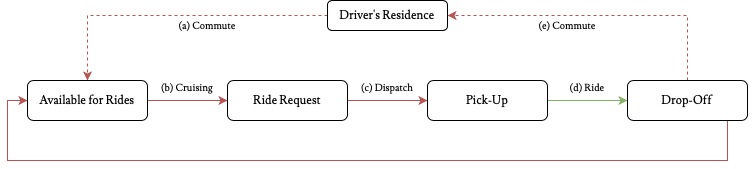
tanmaybansal01/projectx_cornell keeps this draw.io diagram as img/deadheading_diagram.png. Above is the earlier version. Source tidied: cells renumbered, new cells last; positions are measured from the earlier drawing's top-left corner, leaving out a move shared by most shapes.
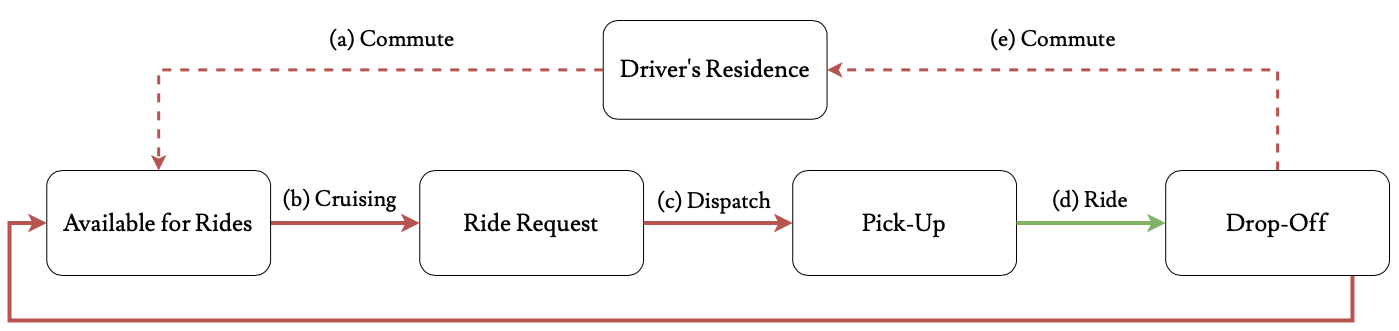
Above is the later version.

The edit, as a diff of the source:
```diff
@@ -2,60 +2,64 @@
   <root>
     <mxCell id="0" />
     <mxCell id="1" parent="0" />
-    <mxCell id="2" style="edgeStyle=orthogonalEdgeStyle;rounded=0;jettySize=auto;html=1;exitX=0;exitY=0.5;exitDx=0;exitDy=0;entryX=0.5;entryY=0;entryDx=0;entryDy=0;fontSize=10;dashed=1;fillColor=#f8cecc;strokeColor=#b85450;" parent="1" edge="1" source="3" target="9">
-      <mxGeometry relative="1" as="geometry" />
+    <mxCell id="2" value="&lt;font face=&quot;Lusitana&quot; style=&quot;font-size: 24px&quot;&gt;Driver's Residence&lt;/font&gt;" style="rounded=1;whiteSpace=wrap;html=1;" parent="1" vertex="1">
+      <mxGeometry x="593.8" y="60" width="223.8" height="98.8" as="geometry" />
     </mxCell>
-    <mxCell id="3" value="&lt;font face=&quot;Lusitana&quot;&gt;Driver's Residence&lt;/font&gt;" style="rounded=1;whiteSpace=wrap;html=1;" parent="1" vertex="1">
-      <mxGeometry x="320" width="120" height="30" as="geometry" />
+    <mxCell id="3" value="&lt;font face=&quot;Lusitana&quot; style=&quot;font-size: 24px;&quot;&gt;Ride Request&lt;/font&gt;" style="rounded=1;whiteSpace=wrap;html=1;fontSize=24;" parent="1" vertex="1">
+      <mxGeometry x="410.3" y="210" width="223.8" height="105" as="geometry" />
     </mxCell>
-    <mxCell id="4" style="edgeStyle=orthogonalEdgeStyle;rounded=0;jettySize=auto;html=1;exitX=1;exitY=0.5;exitDx=0;exitDy=0;fillColor=#f8cecc;strokeColor=#b85450;" parent="1" edge="1" source="5" target="7">
-      <mxGeometry relative="1" as="geometry" />
+    <mxCell id="4" value="&lt;font face=&quot;Lusitana&quot; style=&quot;font-size: 24px&quot;&gt;Pick-Up&lt;/font&gt;" style="rounded=1;whiteSpace=wrap;html=1;" parent="1" vertex="1">
+      <mxGeometry x="783.2" y="210" width="223.8" height="105" as="geometry" />
     </mxCell>
-    <mxCell id="5" value="&lt;font face=&quot;Lusitana&quot;&gt;Ride Request&lt;/font&gt;" style="rounded=1;whiteSpace=wrap;html=1;" parent="1" vertex="1">
-      <mxGeometry x="220" y="80" width="120" height="40" as="geometry" />
+    <mxCell id="5" style="edgeStyle=orthogonalEdgeStyle;rounded=0;jettySize=auto;html=1;exitX=1;exitY=0.5;exitDx=0;exitDy=0;fillColor=#f8cecc;strokeColor=#b85450;strokeWidth=4;" parent="1" edge="1" source="3" target="4">
+      <mxGeometry relative="1" as="geometry" />
     </mxCell>
-    <mxCell id="6" style="edgeStyle=orthogonalEdgeStyle;rounded=0;jettySize=auto;html=1;exitX=1;exitY=0.5;exitDx=0;exitDy=0;entryX=0;entryY=0.5;entryDx=0;entryDy=0;fillColor=#d5e8d4;strokeColor=#82b366;" parent="1" edge="1" source="7" target="12">
+    <mxCell id="6" style="edgeStyle=orthogonalEdgeStyle;rounded=0;jettySize=auto;html=1;exitX=1;exitY=0.5;exitDx=0;exitDy=0;entryX=0;entryY=0.5;entryDx=0;entryDy=0;fillColor=#f8cecc;strokeColor=#b85450;strokeWidth=4;" parent="1" edge="1" source="7" target="3">
       <mxGeometry relative="1" as="geometry" />
     </mxCell>
-    <mxCell id="7" value="&lt;font face=&quot;Lusitana&quot;&gt;Pick-Up&lt;/font&gt;" style="rounded=1;whiteSpace=wrap;html=1;" parent="1" vertex="1">
-      <mxGeometry x="420" y="80" width="120" height="40" as="geometry" />
+    <mxCell id="7" value="&lt;font face=&quot;Lusitana&quot; style=&quot;font-size: 24px&quot;&gt;Available for Rides&lt;/font&gt;" style="rounded=1;whiteSpace=wrap;html=1;" parent="1" vertex="1">
+      <mxGeometry x="37.3" y="210" width="223.8" height="105" as="geometry" />
     </mxCell>
-    <mxCell id="8" style="edgeStyle=orthogonalEdgeStyle;rounded=0;jettySize=auto;html=1;exitX=1;exitY=0.5;exitDx=0;exitDy=0;entryX=0;entryY=0.5;entryDx=0;entryDy=0;fillColor=#f8cecc;strokeColor=#b85450;" parent="1" edge="1" source="9" target="5">
-      <mxGeometry relative="1" as="geometry" />
+    <mxCell id="8" style="edgeStyle=orthogonalEdgeStyle;rounded=0;jettySize=auto;html=1;exitX=0;exitY=0.5;exitDx=0;exitDy=0;entryX=0.5;entryY=0;entryDx=0;entryDy=0;fontSize=10;dashed=1;fillColor=#f8cecc;strokeColor=#b85450;strokeWidth=3;" parent="1" edge="1" source="2" target="7">
+      <mxGeometry relative="1" as="geometry">
+        <Array as="points">
+          <mxPoint x="149" y="109" />
+        </Array>
+      </mxGeometry>
     </mxCell>
-    <mxCell id="9" value="&lt;font face=&quot;Lusitana&quot;&gt;Available for Rides&lt;/font&gt;" style="rounded=1;whiteSpace=wrap;html=1;" parent="1" vertex="1">
-      <mxGeometry x="20" y="80" width="120" height="40" as="geometry" />
+    <mxCell id="9" style="edgeStyle=orthogonalEdgeStyle;rounded=0;jettySize=auto;html=1;exitX=1;exitY=0.5;exitDx=0;exitDy=0;entryX=0;entryY=0.5;entryDx=0;entryDy=0;fillColor=#f8cecc;strokeColor=#b85450;strokeWidth=4;" parent="1" edge="1" source="11" target="7">
+      <mxGeometry relative="1" as="geometry">
+        <Array as="points">
+          <mxPoint x="1343" y="263" />
+          <mxPoint x="1343" y="360" />
+          <mxPoint y="360" />
+          <mxPoint y="263" />
+        </Array>
+      </mxGeometry>
     </mxCell>
-    <mxCell id="10" style="edgeStyle=orthogonalEdgeStyle;rounded=0;jettySize=auto;html=1;exitX=1;exitY=0.5;exitDx=0;exitDy=0;entryX=0;entryY=0.5;entryDx=0;entryDy=0;fillColor=#f8cecc;strokeColor=#b85450;" parent="1" edge="1" source="12" target="9">
-      <mxGeometry relative="1" as="geometry">
-        <Array as="points">
-          <mxPoint x="720" y="100" />
-          <mxPoint x="720" y="160" />
-          <mxPoint y="160" />
-          <mxPoint y="100" />
-        </Array>
-      </mxGeometry>
+    <mxCell id="10" style="edgeStyle=orthogonalEdgeStyle;rounded=0;jettySize=auto;html=1;exitX=0.5;exitY=0;exitDx=0;exitDy=0;entryX=1;entryY=0.5;entryDx=0;entryDy=0;fontSize=10;dashed=1;fillColor=#f8cecc;strokeColor=#b85450;strokeWidth=3;" parent="1" edge="1" source="11" target="2">
+      <mxGeometry relative="1" as="geometry" />
     </mxCell>
-    <mxCell id="11" style="edgeStyle=orthogonalEdgeStyle;rounded=0;jettySize=auto;html=1;exitX=0.5;exitY=0;exitDx=0;exitDy=0;entryX=1;entryY=0.5;entryDx=0;entryDy=0;fontSize=10;dashed=1;fillColor=#f8cecc;strokeColor=#b85450;" parent="1" edge="1" source="12" target="3">
-      <mxGeometry relative="1" as="geometry" />
+    <mxCell id="11" value="&lt;font face=&quot;Lusitana&quot; style=&quot;font-size: 24px;&quot;&gt;Drop-Off&lt;/font&gt;" style="rounded=1;whiteSpace=wrap;html=1;fontSize=24;" parent="1" vertex="1">
+      <mxGeometry x="1156.2" y="210" width="223.8" height="105" as="geometry" />
     </mxCell>
-    <mxCell id="12" value="&lt;font face=&quot;Lusitana&quot;&gt;Drop-Off&lt;/font&gt;" style="rounded=1;whiteSpace=wrap;html=1;" parent="1" vertex="1">
-      <mxGeometry x="620" y="80" width="120" height="40" as="geometry" />
+    <mxCell id="12" style="edgeStyle=orthogonalEdgeStyle;rounded=0;jettySize=auto;html=1;exitX=1;exitY=0.5;exitDx=0;exitDy=0;entryX=0;entryY=0.5;entryDx=0;entryDy=0;fillColor=#d5e8d4;strokeColor=#82b366;strokeWidth=4;" parent="1" edge="1" source="4" target="11">
+      <mxGeometry relative="1" as="geometry" />
     </mxCell>
-    <mxCell id="13" value="&lt;font face=&quot;Lusitana&quot; style=&quot;font-size: 10px&quot;&gt;(b) Cruising&lt;/font&gt;" style="text;html=1;strokeColor=none;fillColor=none;align=center;verticalAlign=middle;whiteSpace=wrap;rounded=0;fontSize=10;fontStyle=0;" parent="1" vertex="1">
-      <mxGeometry x="130" y="72" width="100" height="30" as="geometry" />
+    <mxCell id="13" value="&lt;font face=&quot;Lusitana&quot; style=&quot;font-size: 22px;&quot;&gt;(b) Cruising&lt;/font&gt;" style="text;html=1;strokeColor=none;fillColor=none;align=center;verticalAlign=middle;whiteSpace=wrap;rounded=0;fontSize=22;fontStyle=0;" parent="1" vertex="1">
+      <mxGeometry x="238" y="200" width="186.5" height="78.8" as="geometry" />
     </mxCell>
-    <mxCell id="14" value="&lt;font face=&quot;Lusitana&quot; style=&quot;font-size: 10px&quot;&gt;(c) Dispatch&lt;/font&gt;" style="text;html=1;strokeColor=none;fillColor=none;align=center;verticalAlign=middle;whiteSpace=wrap;rounded=0;fontSize=10;" parent="1" vertex="1">
-      <mxGeometry x="330" y="72" width="100" height="30" as="geometry" />
+    <mxCell id="14" value="&lt;font face=&quot;Lusitana&quot; style=&quot;font-size: 22px;&quot;&gt;(c) Dispatch&lt;/font&gt;" style="text;html=1;strokeColor=none;fillColor=none;align=center;verticalAlign=middle;whiteSpace=wrap;rounded=0;fontSize=22;" parent="1" vertex="1">
+      <mxGeometry x="612.4" y="210" width="186.5" height="61" as="geometry" />
     </mxCell>
-    <mxCell id="15" value="&lt;font face=&quot;Lusitana&quot; style=&quot;font-size: 10px&quot;&gt;(d) Ride&lt;/font&gt;" style="text;html=1;strokeColor=none;fillColor=none;align=center;verticalAlign=middle;whiteSpace=wrap;rounded=0;fontSize=10;" parent="1" vertex="1">
-      <mxGeometry x="530" y="72" width="100" height="30" as="geometry" />
+    <mxCell id="15" value="&lt;font face=&quot;Lusitana&quot; style=&quot;font-size: 22px;&quot;&gt;(d) Ride&lt;/font&gt;" style="text;html=1;strokeColor=none;fillColor=none;align=center;verticalAlign=middle;whiteSpace=wrap;rounded=0;fontSize=22;" parent="1" vertex="1">
+      <mxGeometry x="988.4" y="201.1" width="186.5" height="78.8" as="geometry" />
     </mxCell>
-    <mxCell id="16" value="&lt;font face=&quot;Lusitana&quot; style=&quot;font-size: 10px&quot;&gt;(a) Commute&lt;/font&gt;" style="text;html=1;strokeColor=none;fillColor=none;align=center;verticalAlign=middle;whiteSpace=wrap;rounded=0;fontSize=10;fontStyle=0;" parent="1" vertex="1">
-      <mxGeometry x="150" y="10" width="100" height="30" as="geometry" />
+    <mxCell id="16" value="&lt;font face=&quot;Lusitana&quot; style=&quot;font-size: 22px;&quot;&gt;(a) Commute&lt;/font&gt;" style="text;html=1;strokeColor=none;fillColor=none;align=center;verticalAlign=middle;whiteSpace=wrap;rounded=0;fontSize=22;fontStyle=0;" parent="1" vertex="1">
+      <mxGeometry x="290" y="40" width="186.5" height="78.8" as="geometry" />
     </mxCell>
-    <mxCell id="17" value="&lt;font face=&quot;Lusitana&quot; style=&quot;font-size: 10px&quot;&gt;(e) Commute&lt;/font&gt;" style="text;html=1;strokeColor=none;fillColor=none;align=center;verticalAlign=middle;whiteSpace=wrap;rounded=0;fontSize=10;fontStyle=0;" parent="1" vertex="1">
-      <mxGeometry x="510" y="10" width="100" height="30" as="geometry" />
+    <mxCell id="17" value="&lt;font face=&quot;Lusitana&quot; style=&quot;font-size: 22px;&quot;&gt;(e) Commute&lt;/font&gt;" style="text;html=1;strokeColor=none;fillColor=none;align=center;verticalAlign=middle;whiteSpace=wrap;rounded=0;fontSize=22;fontStyle=0;" parent="1" vertex="1">
+      <mxGeometry x="951.1" y="40" width="186.5" height="78.8" as="geometry" />
     </mxCell>
   </root>
 </mxGraphModel>
```
